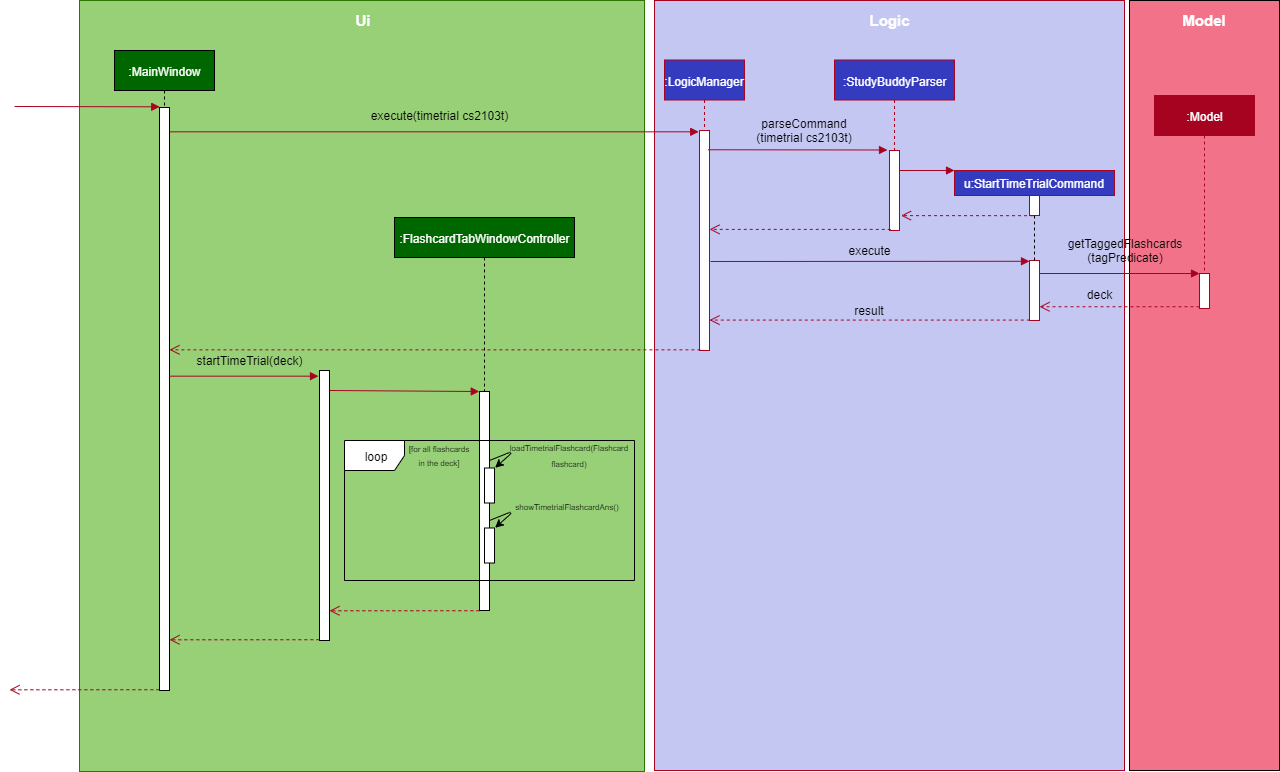
The draw.io diagram images/jrImages/TimeTrialSequenceDiagram.png in AY1920S1-CS2103T-W13-3/StudyBuddyPro, before a commit. Source tidied: cells renumbered, new cells last; positions are measured from the earlier drawing's top-left corner, leaving out a move shared by most shapes.
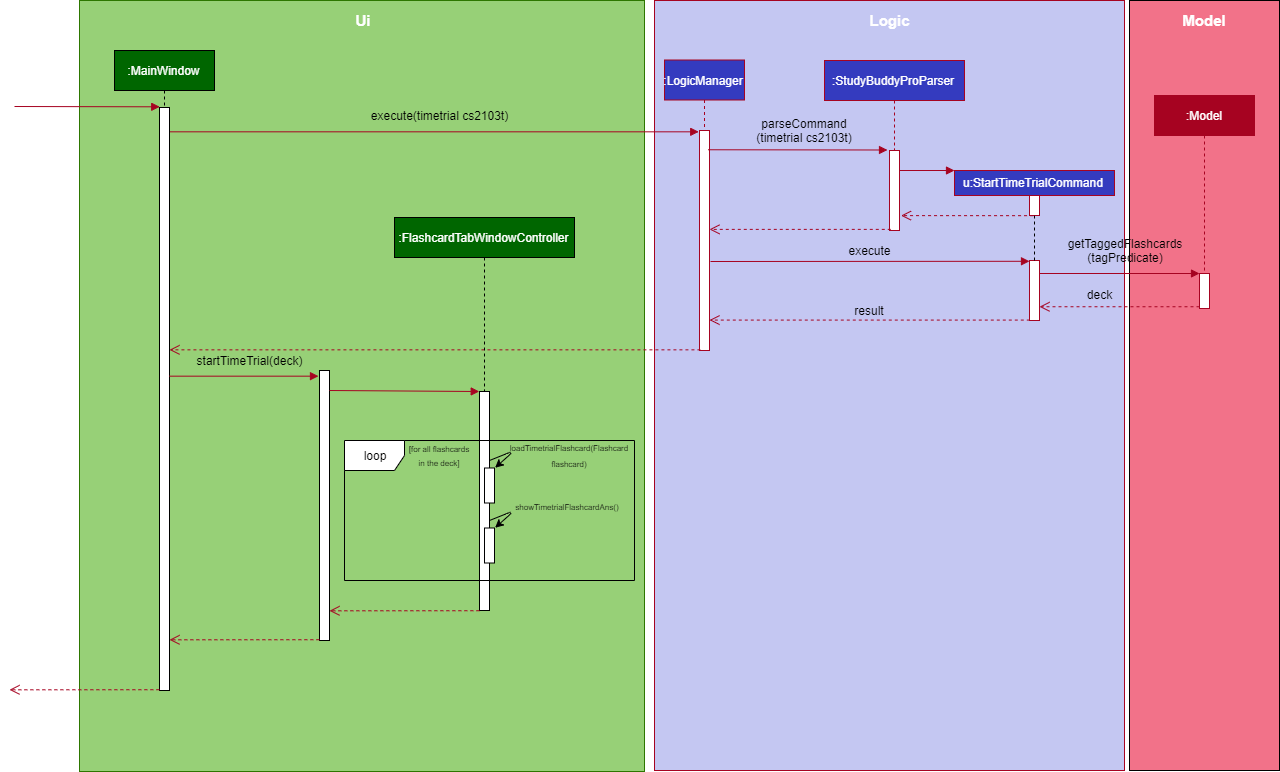
After the change.

Change to the diagram source:
```diff
@@ -20,8 +20,8 @@
     <mxCell id="7" style="html=1;points=[];perimeter=orthogonalPerimeter;strokeColor=#A60321;" parent="1" vertex="1">
       <mxGeometry x="690" y="130" width="10" height="220" as="geometry" />
     </mxCell>
-    <mxCell id="8" value="&lt;font color=&quot;#ffffff&quot;&gt;:StudyBuddyParser&lt;/font&gt;" style="html=1;perimeter=orthogonalPerimeter;shape=umlLifeline;participant=label;fontFamily=Helvetica;fontSize=12;fontColor=#000000;align=center;strokeColor=#A60321;fillColor=#343BBF;" parent="1" vertex="1">
-      <mxGeometry x="825" y="59.5" width="120" height="90" as="geometry" />
+    <mxCell id="8" value="&lt;font color=&quot;#ffffff&quot;&gt;:StudyBuddyProParser&lt;/font&gt;" style="html=1;perimeter=orthogonalPerimeter;shape=umlLifeline;participant=label;fontFamily=Helvetica;fontSize=12;fontColor=#000000;align=center;strokeColor=#A60321;fillColor=#343BBF;" parent="1" vertex="1">
+      <mxGeometry x="815" y="60" width="140" height="90" as="geometry" />
     </mxCell>
     <mxCell id="9" style="html=1;points=[];perimeter=orthogonalPerimeter;strokeColor=#A60321;" parent="1" vertex="1">
       <mxGeometry x="880" y="150" width="10" height="80" as="geometry" />
```
